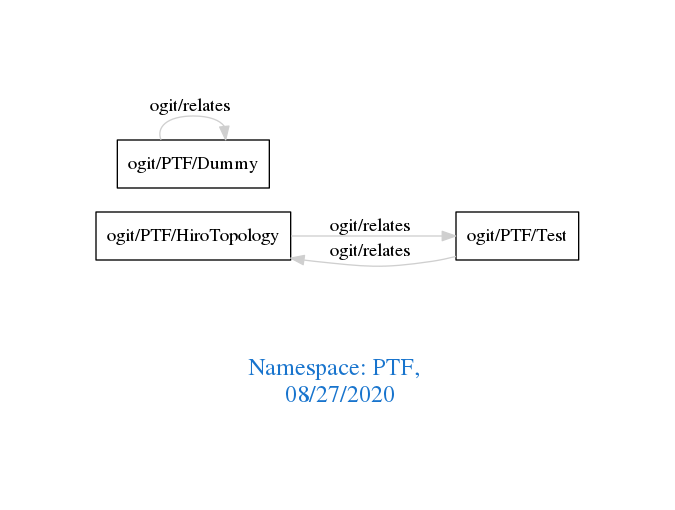
Earlier version of the Graphviz export downloads/PTF.png (arago/OGIT). Its source is kept beside it as downloads/PTF.dot. Its diagram source:
```dot
digraph OGIT_ontology {
 graph [ rankdir= LR,pad=1
fontsize = 18,
fontcolor= dodgerblue3,label = "\n\n\nNamespace: PTF, \n 08/27/2020"];
node[shape=polygon];
edge [  color="gray81"];

   "ogit/PTF/HiroTopology" -> "ogit/PTF/Test" [label="   ogit/relates    "];
   "ogit/PTF/Test" -> "ogit/PTF/HiroTopology" [label="   ogit/relates    "];
   "ogit/PTF/Dummy" -> "ogit/PTF/Dummy" [label="   ogit/relates    "];
}
```
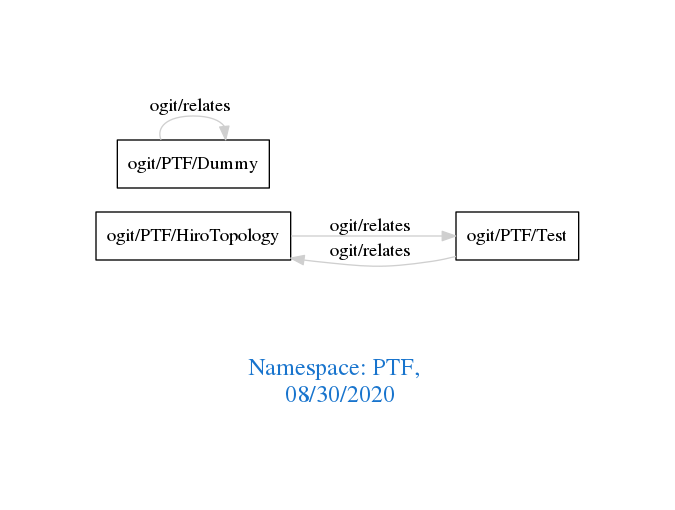
Above is the later version.

Diff of the diagram source:
```diff
@@ -1,7 +1,7 @@
 digraph OGIT_ontology {
  graph [ rankdir= LR,pad=1
 fontsize = 18,
-fontcolor= dodgerblue3,label = "\n\n\nNamespace: PTF, \n 08/27/2020"];
+fontcolor= dodgerblue3,label = "\n\n\nNamespace: PTF, \n 08/30/2020"];
 node[shape=polygon];
 edge [  color="gray81"];
 
```
